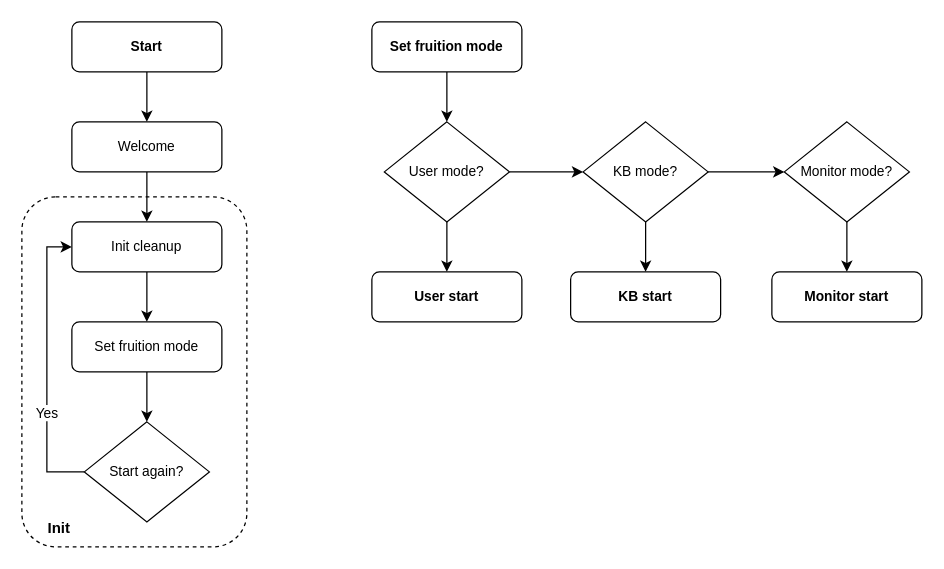
The draw.io diagram docs/greenhouse_rules.drawio in francescoperagine/GreMaES, before the edit. Source tidied: cells renumbered, new cells numbered last; positions are measured from the earlier drawing's top-left corner, leaving out a move shared by most shapes. Both pictures are drawn from the tidied source at 125%, with x=0, y=0 at pixel (21, 21).
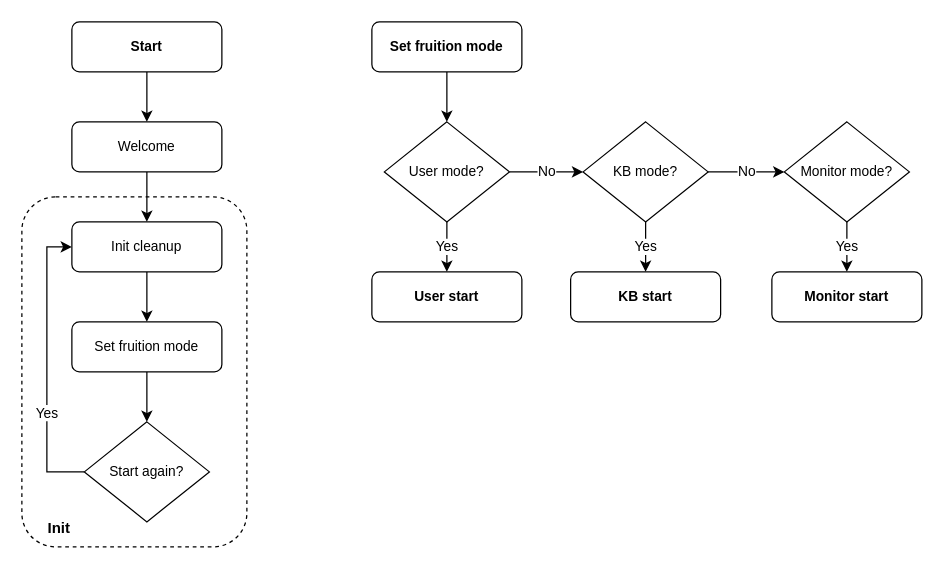
Above is the later version.

The change refers to these unchanged cells:
```xml
<mxCell id="18" value="&lt;span style=&quot;font-size: 11px;&quot;&gt;User mode?&lt;/span&gt;" style="rhombus;whiteSpace=wrap;html=1;" parent="1" vertex="1">
  <mxGeometry x="290" y="80" width="100" height="80" as="geometry" />
</mxCell>
<mxCell id="21" value="&lt;span style=&quot;font-size: 11px;&quot;&gt;KB mode?&lt;/span&gt;" style="rhombus;whiteSpace=wrap;html=1;" parent="1" vertex="1">
  <mxGeometry x="449" y="80" width="100" height="80" as="geometry" />
</mxCell>
<mxCell id="23" value="&lt;span style=&quot;font-size: 11px;&quot;&gt;Monitor mode?&lt;/span&gt;" style="rhombus;whiteSpace=wrap;html=1;" parent="1" vertex="1">
  <mxGeometry x="610" y="80" width="100" height="80" as="geometry" />
</mxCell>
<mxCell id="24" value="&lt;span style=&quot;font-size: 11px;&quot;&gt;User start&lt;br&gt;&lt;/span&gt;" style="rounded=1;whiteSpace=wrap;html=1;fontSize=12;glass=0;strokeWidth=1;shadow=0;fontStyle=1;labelBackgroundColor=default;labelBorderColor=none;" parent="1" vertex="1">
  <mxGeometry x="280" y="200" width="120" height="40" as="geometry" />
</mxCell>
<mxCell id="25" value="&lt;span style=&quot;font-size: 11px;&quot;&gt;KB start&lt;br&gt;&lt;/span&gt;" style="rounded=1;whiteSpace=wrap;html=1;fontSize=12;glass=0;strokeWidth=1;shadow=0;fontStyle=1;labelBackgroundColor=default;labelBorderColor=none;" parent="1" vertex="1">
  <mxGeometry x="439" y="200" width="120" height="40" as="geometry" />
</mxCell>
<mxCell id="26" value="&lt;span style=&quot;font-size: 11px;&quot;&gt;Monitor start&lt;br&gt;&lt;/span&gt;" style="rounded=1;whiteSpace=wrap;html=1;fontSize=12;glass=0;strokeWidth=1;shadow=0;fontStyle=1;labelBackgroundColor=default;labelBorderColor=none;" parent="1" vertex="1">
  <mxGeometry x="600" y="200" width="120" height="40" as="geometry" />
</mxCell>
```

Change to the diagram source:
```diff
@@
-    <mxCell id="16" style="edgeStyle=orthogonalEdgeStyle;rounded=0;jettySize=auto;html=1;" parent="1" edge="1" source="18" target="21">
+    <mxCell id="16" value="No" style="edgeStyle=orthogonalEdgeStyle;rounded=0;jettySize=auto;html=1;" parent="1" edge="1" source="18" target="21">
       <mxGeometry relative="1" as="geometry" />
     </mxCell>
-    <mxCell id="17" style="edgeStyle=orthogonalEdgeStyle;rounded=0;jettySize=auto;html=1;startArrow=none;startFill=0;endArrow=classic;endFill=1;" parent="1" edge="1" source="18" target="24">
+    <mxCell id="17" value="Yes" style="edgeStyle=orthogonalEdgeStyle;rounded=0;jettySize=auto;html=1;startArrow=none;startFill=0;endArrow=classic;endFill=1;" parent="1" edge="1" source="18" target="24">
       <mxGeometry relative="1" as="geometry" />
     </mxCell>
@@
-    <mxCell id="19" style="edgeStyle=orthogonalEdgeStyle;rounded=0;jettySize=auto;html=1;" parent="1" edge="1" source="21" target="23">
+    <mxCell id="19" value="No" style="edgeStyle=orthogonalEdgeStyle;rounded=0;jettySize=auto;html=1;" parent="1" edge="1" source="21" target="23">
       <mxGeometry relative="1" as="geometry" />
     </mxCell>
-    <mxCell id="20" style="edgeStyle=orthogonalEdgeStyle;rounded=0;jettySize=auto;html=1;startArrow=none;startFill=0;endArrow=classic;endFill=1;" parent="1" edge="1" source="21" target="25">
+    <mxCell id="20" value="Yes" style="edgeStyle=orthogonalEdgeStyle;rounded=0;jettySize=auto;html=1;startArrow=none;startFill=0;endArrow=classic;endFill=1;" parent="1" edge="1" source="21" target="25">
       <mxGeometry relative="1" as="geometry" />
     </mxCell>
@@
-    <mxCell id="22" style="edgeStyle=orthogonalEdgeStyle;rounded=0;jettySize=auto;html=1;startArrow=none;startFill=0;endArrow=classic;endFill=1;" parent="1" edge="1" source="23" target="26">
+    <mxCell id="22" value="Yes" style="edgeStyle=orthogonalEdgeStyle;rounded=0;jettySize=auto;html=1;startArrow=none;startFill=0;endArrow=classic;endFill=1;" parent="1" edge="1" source="23" target="26">
       <mxGeometry relative="1" as="geometry" />
     </mxCell>
```
